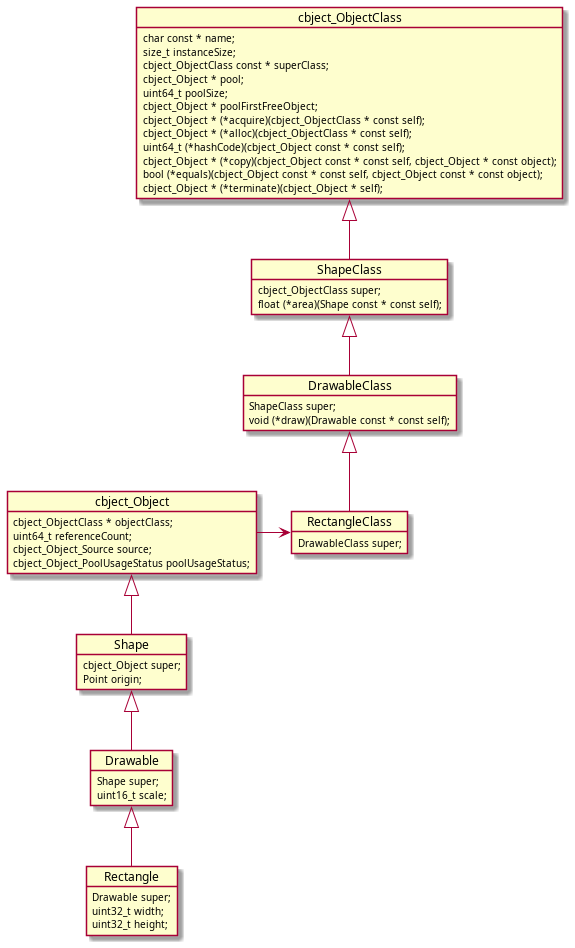
The PlantUML diagram docs/media/diag-rectangle-class-example.png in alexmarincu/Cbject, before a commit.
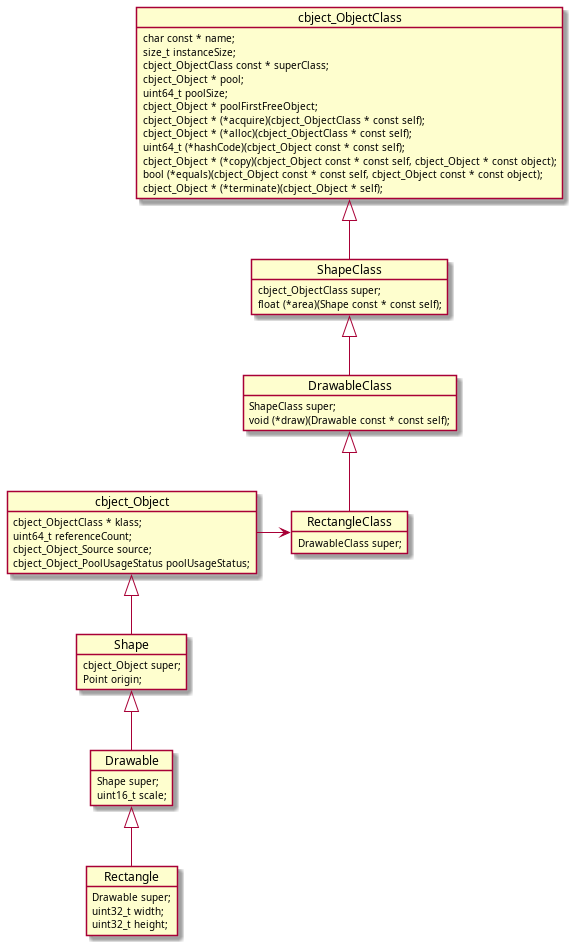
The same file after the commit.

Diff of the diagram source:
```diff
@@ -24,7 +24,7 @@
     float (*area)(Shape const * const self);
 }
 object cbject_Object {
-    cbject_ObjectClass * objectClass;
+    cbject_ObjectClass * klass;
     uint64_t referenceCount;
     cbject_Object_Source source;
     cbject_Object_PoolUsageStatus poolUsageStatus;
```
